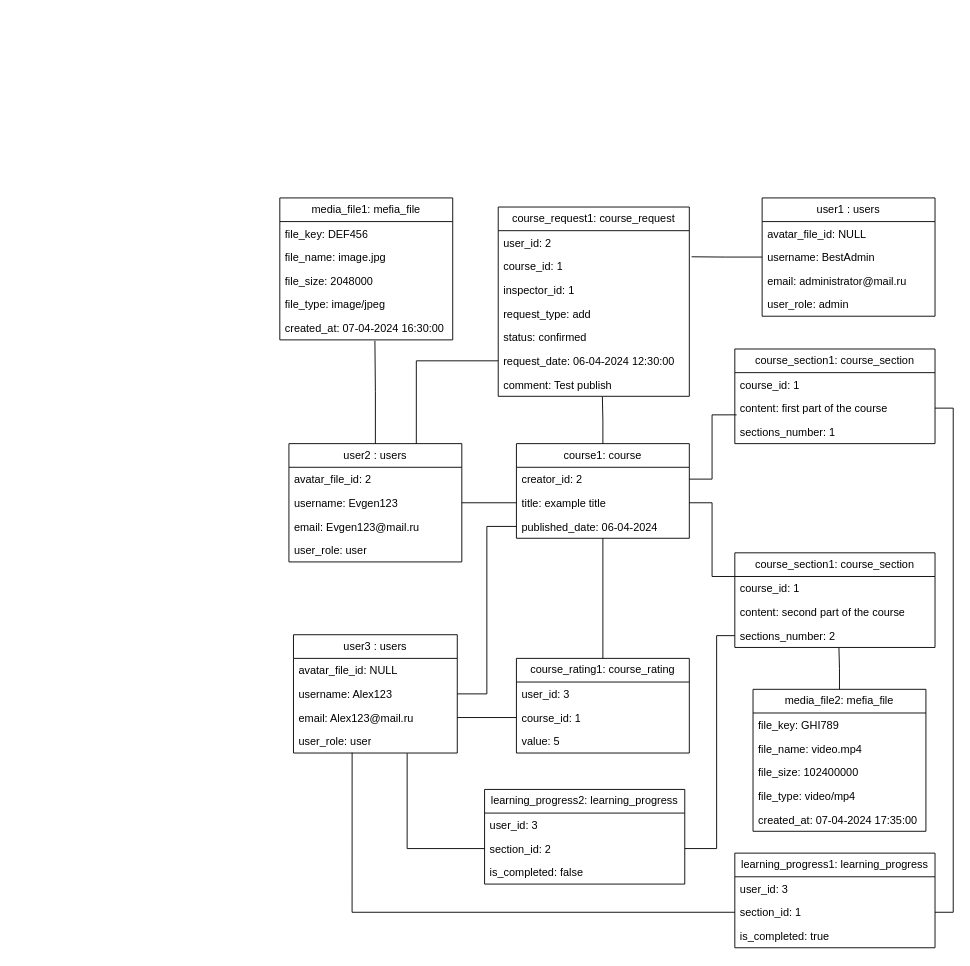
Before: diagrams/Диаграмма объектов (Object diagram)/Диаграмма объектов.drawio in sahland/9.5-Team, a draw.io diagram. Source tidied: cells renumbered, new cells numbered last; positions are measured from the earlier drawing's top-left corner, leaving out a move shared by most shapes. Both pictures are drawn from the tidied source at 91%, with x=0, y=0 at pixel (279, 197).
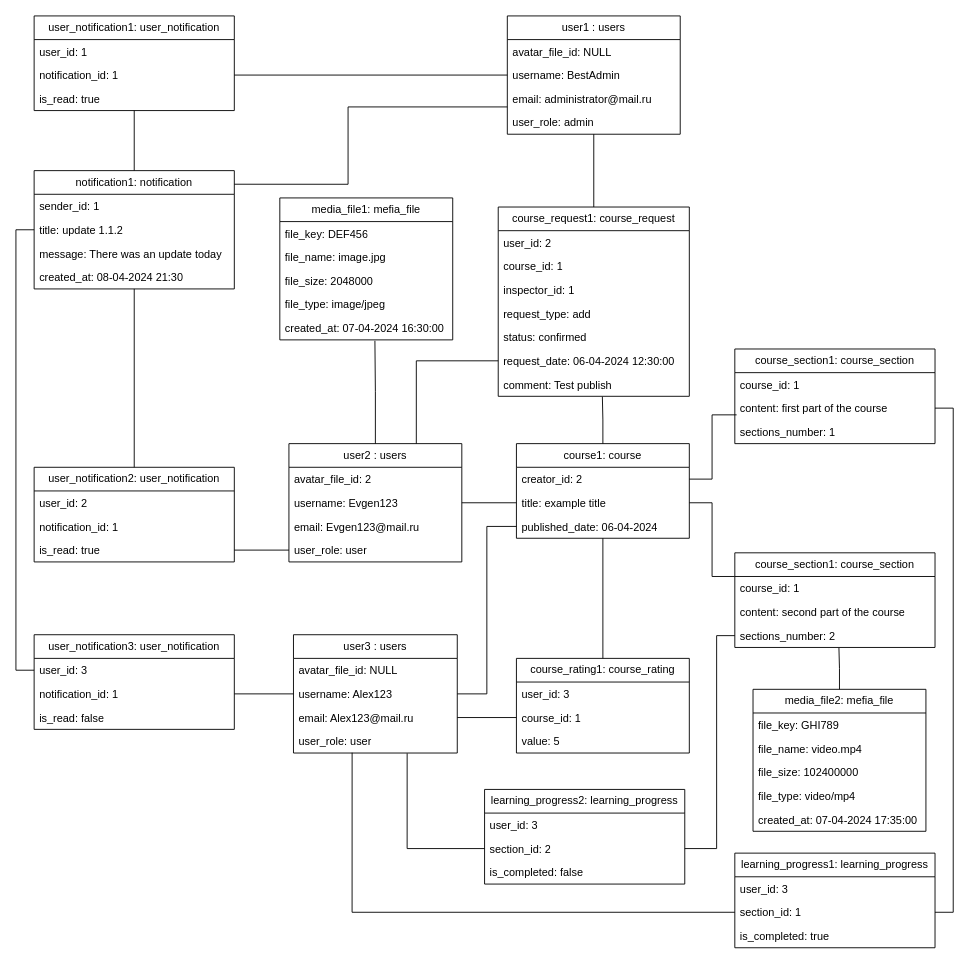
The same diagram, later.

Commit message (it also covers changes not shown here):
fix: diagrams add notification to er diagram, physical data and object diagram

The change refers to these unchanged cells:
```xml
<mxCell id="7" value="user_role: user" style="text;strokeColor=none;fillColor=none;align=left;verticalAlign=top;spacingLeft=4;spacingRight=4;overflow=hidden;points=[[0,0.5],[1,0.5]];portConstraint=eastwest;whiteSpace=wrap;html=1;" parent="3" vertex="1">
  <mxGeometry y="104" width="190" height="26" as="geometry" />
</mxCell>
<mxCell id="21" value="user3 : users" style="swimlane;fontStyle=0;horizontal=1;startSize=26;fillColor=none;whiteSpace=wrap;html=1;" parent="1" vertex="1">
  <mxGeometry x="15" y="480" width="180" height="130" as="geometry" />
</mxCell>
<mxCell id="60" value="course_request1: course_request" style="swimlane;fontStyle=0;horizontal=1;startSize=26;fillColor=none;whiteSpace=wrap;html=1;" parent="1" vertex="1">
  <mxGeometry x="240" y="10" width="210" height="208" as="geometry" />
</mxCell>
<mxCell id="62" value="course_id: 1" style="text;strokeColor=none;fillColor=none;align=left;verticalAlign=top;spacingLeft=4;spacingRight=4;overflow=hidden;points=[[0,0.5],[1,0.5]];portConstraint=eastwest;whiteSpace=wrap;html=1;" parent="60" vertex="1">
  <mxGeometry y="52" width="210" height="26" as="geometry" />
</mxCell>
<mxCell id="70" value="username: BestAdmin" style="text;strokeColor=none;fillColor=none;align=left;verticalAlign=top;spacingLeft=4;spacingRight=4;overflow=hidden;points=[[0,0.5],[1,0.5]];portConstraint=eastwest;whiteSpace=wrap;html=1;" parent="68" vertex="1">
  <mxGeometry y="52" width="190" height="26" as="geometry" />
</mxCell>
```

Change to the diagram source:
```diff
@@
+    <mxCell id="76" style="edgeStyle=orthogonalEdgeStyle;rounded=0;jettySize=auto;html=1;entryX=1;entryY=0.5;entryDx=0;entryDy=0;endArrow=none;endFill=0;" parent="1" edge="1" source="21" target="92">
+      <mxGeometry relative="1" as="geometry" />
+    </mxCell>
@@
     <mxCell id="68" value="user1 : users" style="swimlane;fontStyle=0;horizontal=1;startSize=26;fillColor=none;whiteSpace=wrap;html=1;" parent="1" vertex="1">
-      <mxGeometry x="530" width="190" height="130" as="geometry" />
+      <mxGeometry x="250" y="-200" width="190" height="130" as="geometry" />
     </mxCell>
@@
-    <mxCell id="75" style="edgeStyle=orthogonalEdgeStyle;rounded=0;jettySize=auto;html=1;entryX=1.012;entryY=0.103;entryDx=0;entryDy=0;entryPerimeter=0;endArrow=none;endFill=0;" parent="1" edge="1" source="68" target="62">
+    <mxCell id="75" style="edgeStyle=orthogonalEdgeStyle;rounded=0;jettySize=auto;html=1;entryX=0.5;entryY=0;entryDx=0;entryDy=0;endArrow=none;endFill=0;" parent="1" edge="1" source="68" target="60">
       <mxGeometry relative="1" as="geometry" />
     </mxCell>
+    <mxCell id="77" value="notification1: notification" style="swimlane;fontStyle=0;horizontal=1;startSize=26;fillColor=none;whiteSpace=wrap;html=1;" parent="1" vertex="1">
+      <mxGeometry x="-270" y="-30" width="220" height="130" as="geometry" />
+    </mxCell>
+    <mxCell id="78" value="sender_id: 1" style="text;strokeColor=none;fillColor=none;align=left;verticalAlign=top;spacingLeft=4;spacingRight=4;overflow=hidden;whiteSpace=wrap;html=1;" parent="77" vertex="1">
+      <mxGeometry y="26" width="220" height="26" as="geometry" />
+    </mxCell>
+    <mxCell id="79" value="title: update 1.1.2" style="text;strokeColor=none;fillColor=none;align=left;verticalAlign=top;spacingLeft=4;spacingRight=4;overflow=hidden;points=[[0,0.5],[1,0.5]];portConstraint=eastwest;whiteSpace=wrap;html=1;" parent="77" vertex="1">
+      <mxGeometry y="52" width="220" height="26" as="geometry" />
+    </mxCell>
+    <mxCell id="80" value="message: There was an update today" style="text;strokeColor=none;fillColor=none;align=left;verticalAlign=top;spacingLeft=4;spacingRight=4;overflow=hidden;whiteSpace=wrap;html=1;" parent="77" vertex="1">
+      <mxGeometry y="78" width="220" height="26" as="geometry" />
+    </mxCell>
+    <mxCell id="81" value="created_at: 08-04-2024 21:30" style="text;strokeColor=none;fillColor=none;align=left;verticalAlign=top;spacingLeft=4;spacingRight=4;overflow=hidden;points=[[0,0.5],[1,0.5]];portConstraint=eastwest;whiteSpace=wrap;html=1;" parent="77" vertex="1">
+      <mxGeometry y="104" width="220" height="26" as="geometry" />
+    </mxCell>
+    <mxCell id="82" value="user_notification1: user_notification" style="swimlane;fontStyle=0;horizontal=1;startSize=26;fillColor=none;whiteSpace=wrap;html=1;" parent="1" vertex="1">
+      <mxGeometry x="-270" y="-200" width="220" height="104" as="geometry" />
+    </mxCell>
+    <mxCell id="83" value="user_id: 1" style="text;strokeColor=none;fillColor=none;align=left;verticalAlign=top;spacingLeft=4;spacingRight=4;overflow=hidden;whiteSpace=wrap;html=1;" parent="82" vertex="1">
+      <mxGeometry y="26" width="220" height="26" as="geometry" />
+    </mxCell>
+    <mxCell id="84" value="notification_id: 1" style="text;strokeColor=none;fillColor=none;align=left;verticalAlign=top;spacingLeft=4;spacingRight=4;overflow=hidden;points=[[0,0.5],[1,0.5]];portConstraint=eastwest;whiteSpace=wrap;html=1;" parent="82" vertex="1">
+      <mxGeometry y="52" width="220" height="26" as="geometry" />
+    </mxCell>
+    <mxCell id="85" value="is_read: true" style="text;strokeColor=none;fillColor=none;align=left;verticalAlign=top;spacingLeft=4;spacingRight=4;overflow=hidden;points=[[0,0.5],[1,0.5]];portConstraint=eastwest;whiteSpace=wrap;html=1;" parent="82" vertex="1">
+      <mxGeometry y="78" width="220" height="26" as="geometry" />
+    </mxCell>
+    <mxCell id="86" value="user_notification2: user_notification" style="swimlane;fontStyle=0;horizontal=1;startSize=26;fillColor=none;whiteSpace=wrap;html=1;" parent="1" vertex="1">
+      <mxGeometry x="-270" y="296" width="220" height="104" as="geometry" />
+    </mxCell>
+    <mxCell id="87" value="user_id: 2" style="text;strokeColor=none;fillColor=none;align=left;verticalAlign=top;spacingLeft=4;spacingRight=4;overflow=hidden;whiteSpace=wrap;html=1;" parent="86" vertex="1">
+      <mxGeometry y="26" width="220" height="26" as="geometry" />
+    </mxCell>
+    <mxCell id="88" value="notification_id: 1" style="text;strokeColor=none;fillColor=none;align=left;verticalAlign=top;spacingLeft=4;spacingRight=4;overflow=hidden;whiteSpace=wrap;html=1;" parent="86" vertex="1">
+      <mxGeometry y="52" width="220" height="26" as="geometry" />
+    </mxCell>
+    <mxCell id="89" value="is_read: true" style="text;strokeColor=none;fillColor=none;align=left;verticalAlign=top;spacingLeft=4;spacingRight=4;overflow=hidden;points=[[0,0.5],[1,0.5]];portConstraint=eastwest;whiteSpace=wrap;html=1;" parent="86" vertex="1">
+      <mxGeometry y="78" width="220" height="26" as="geometry" />
+    </mxCell>
+    <mxCell id="90" value="user_notification3: user_notification" style="swimlane;fontStyle=0;horizontal=1;startSize=26;fillColor=none;whiteSpace=wrap;html=1;" parent="1" vertex="1">
+      <mxGeometry x="-270" y="480" width="220" height="104" as="geometry" />
+    </mxCell>
+    <mxCell id="91" value="user_id: 3" style="text;strokeColor=none;fillColor=none;align=left;verticalAlign=top;spacingLeft=4;spacingRight=4;overflow=hidden;points=[[0,0.5],[1,0.5]];portConstraint=eastwest;whiteSpace=wrap;html=1;" parent="90" vertex="1">
+      <mxGeometry y="26" width="220" height="26" as="geometry" />
+    </mxCell>
+    <mxCell id="92" value="notification_id: 1" style="text;strokeColor=none;fillColor=none;align=left;verticalAlign=top;spacingLeft=4;spacingRight=4;overflow=hidden;points=[[0,0.5],[1,0.5]];portConstraint=eastwest;whiteSpace=wrap;html=1;" parent="90" vertex="1">
+      <mxGeometry y="52" width="220" height="26" as="geometry" />
+    </mxCell>
+    <mxCell id="93" value="is_read: false" style="text;strokeColor=none;fillColor=none;align=left;verticalAlign=top;spacingLeft=4;spacingRight=4;overflow=hidden;whiteSpace=wrap;html=1;" parent="90" vertex="1">
+      <mxGeometry y="78" width="220" height="26" as="geometry" />
+    </mxCell>
+    <mxCell id="94" style="edgeStyle=orthogonalEdgeStyle;rounded=0;jettySize=auto;html=1;entryX=1;entryY=0.5;entryDx=0;entryDy=0;endArrow=none;endFill=0;" parent="1" edge="1" source="70" target="84">
+      <mxGeometry relative="1" as="geometry" />
+    </mxCell>
+    <mxCell id="95" style="edgeStyle=orthogonalEdgeStyle;rounded=0;jettySize=auto;html=1;entryX=1;entryY=0.115;entryDx=0;entryDy=0;entryPerimeter=0;endArrow=none;endFill=0;" parent="1" edge="1" source="68" target="77">
+      <mxGeometry relative="1" as="geometry">
+        <Array as="points">
+          <mxPoint x="75" y="-100" />
+          <mxPoint x="75" y="-15" />
+        </Array>
+      </mxGeometry>
+    </mxCell>
+    <mxCell id="96" style="edgeStyle=orthogonalEdgeStyle;rounded=0;jettySize=auto;html=1;entryX=0;entryY=0.5;entryDx=0;entryDy=0;endArrow=none;endFill=0;" parent="1" edge="1" source="91" target="79">
+      <mxGeometry relative="1" as="geometry" />
+    </mxCell>
+    <mxCell id="97" style="edgeStyle=orthogonalEdgeStyle;rounded=0;jettySize=auto;html=1;entryX=0.5;entryY=1;entryDx=0;entryDy=0;entryPerimeter=0;endArrow=none;endFill=0;" parent="1" edge="1" source="86" target="81">
+      <mxGeometry relative="1" as="geometry" />
+    </mxCell>
+    <mxCell id="98" style="edgeStyle=orthogonalEdgeStyle;rounded=0;jettySize=auto;html=1;entryX=0.5;entryY=1;entryDx=0;entryDy=0;entryPerimeter=0;endArrow=none;endFill=0;" parent="1" edge="1" source="77" target="85">
+      <mxGeometry relative="1" as="geometry" />
+    </mxCell>
+    <mxCell id="99" style="edgeStyle=orthogonalEdgeStyle;rounded=0;jettySize=auto;html=1;entryX=1;entryY=0.5;entryDx=0;entryDy=0;endArrow=none;endFill=0;" parent="1" edge="1" source="7" target="89">
+      <mxGeometry relative="1" as="geometry" />
+    </mxCell>
```
